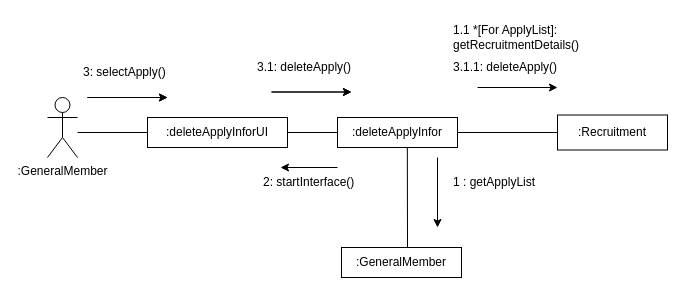
Earlier version of the draw.io diagram B811190_진선명/지원정보삭제.drawio (FinancialWorld16/SE_TEAM). Source tidied: cells renumbered, new cells numbered last; positions are measured from the earlier drawing's top-left corner, leaving out a move shared by most shapes. Both pictures are drawn from the tidied source at 100%, with x=0, y=0 at pixel (47, 17).
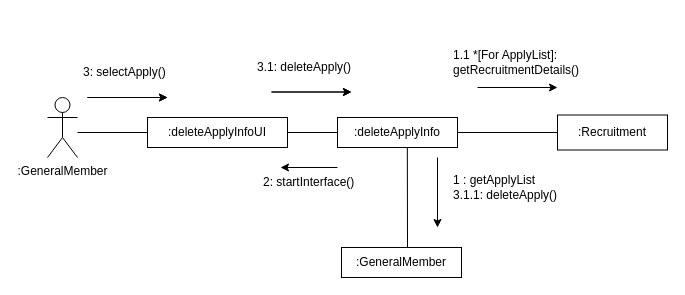
Above is the later version.

Diff of the diagram source:
```diff
@@
-    <mxCell id="6" value="3.1.1: deleteApply()" style="text;strokeColor=none;fillColor=none;align=left;verticalAlign=middle;spacingLeft=4;spacingRight=4;overflow=hidden;whiteSpace=wrap;html=1;" parent="1" vertex="1">
-      <mxGeometry x="400" y="34.5" width="140" height="30" as="geometry" />
-    </mxCell>
@@
-    <mxCell id="10" value=":deleteApplyInforUI" style="rounded=0;whiteSpace=wrap;html=1;" parent="1" vertex="1">
+    <mxCell id="10" value=":deleteApplyInfoUI" style="rounded=0;whiteSpace=wrap;html=1;" parent="1" vertex="1">
       <mxGeometry x="100" y="100" width="140" height="30" as="geometry" />
     </mxCell>
-    <mxCell id="11" value=":deleteApplyInfor" style="rounded=0;whiteSpace=wrap;html=1;" parent="1" vertex="1">
+    <mxCell id="11" value=":deleteApplyInfo" style="rounded=0;whiteSpace=wrap;html=1;" parent="1" vertex="1">
       <mxGeometry x="290" y="100" width="120" height="30" as="geometry" />
     </mxCell>
@@
     <mxCell id="17" value="1.1 *[For ApplyList]: getRecruitmentDetails()" style="text;strokeColor=none;fillColor=none;align=left;verticalAlign=middle;spacingLeft=4;spacingRight=4;overflow=hidden;whiteSpace=wrap;html=1;" parent="1" vertex="1">
-      <mxGeometry x="400" width="170" height="40" as="geometry" />
+      <mxGeometry x="400" y="24.5" width="170" height="40" as="geometry" />
     </mxCell>
@@
-    <mxCell id="21" value="1 : getApplyList" style="text;strokeColor=none;fillColor=none;align=left;verticalAlign=middle;spacingLeft=4;spacingRight=4;overflow=hidden;whiteSpace=wrap;html=1;" parent="1" vertex="1">
-      <mxGeometry x="400" y="150" width="100" height="30" as="geometry" />
+    <mxCell id="21" value="1 : getApplyList&lt;br&gt;3.1.1: deleteApply()" style="text;strokeColor=none;fillColor=none;align=left;verticalAlign=middle;spacingLeft=4;spacingRight=4;overflow=hidden;whiteSpace=wrap;html=1;" parent="1" vertex="1">
+      <mxGeometry x="400" y="150" width="120" height="40" as="geometry" />
     </mxCell>
```
